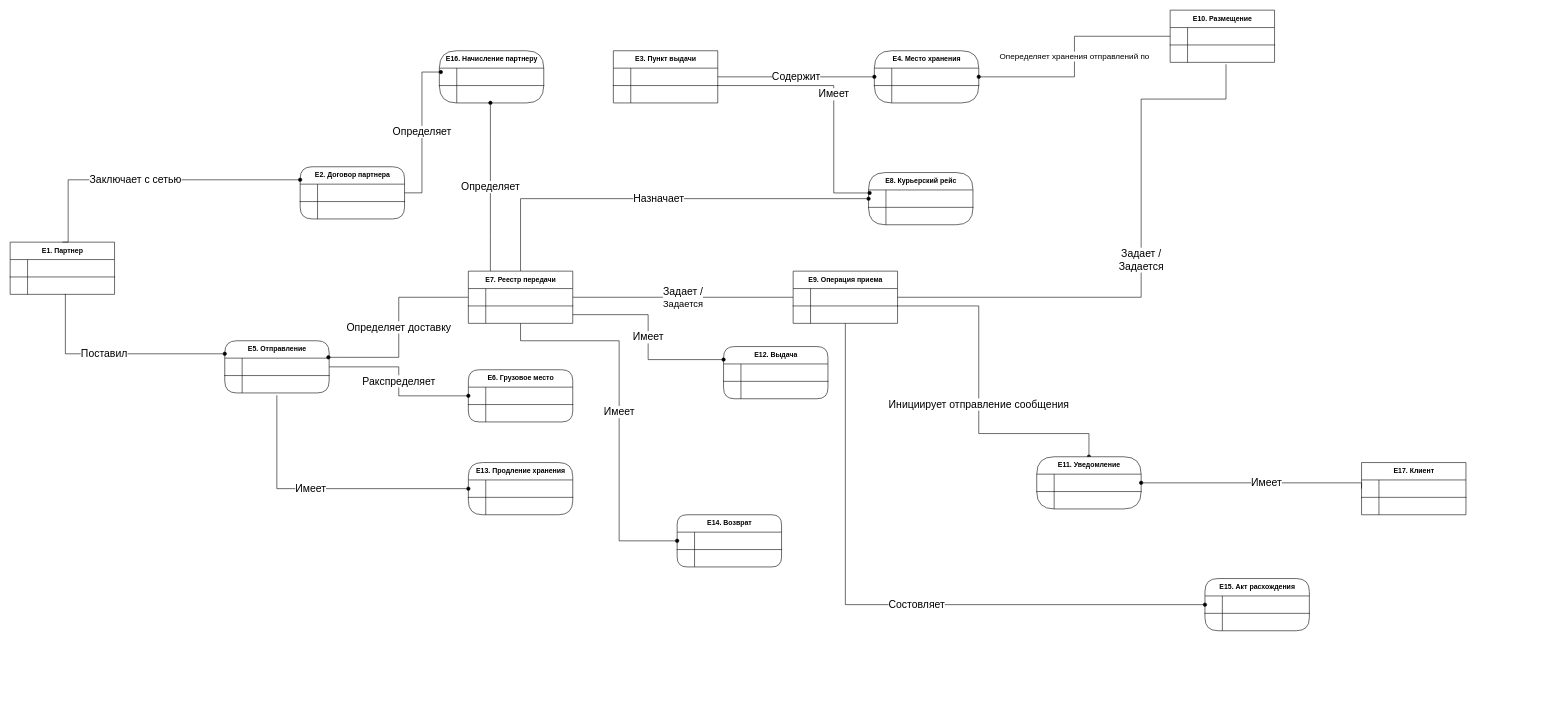
Above: lab2/ER.drawio in danrunkovich/data_bases_labs (draw.io), before the change. Source tidied: cells renumbered, new cells numbered last; positions are measured from the earlier drawing's top-left corner, leaving out a move shared by most shapes. Both pictures are drawn from the tidied source at 58%, with x=0, y=0 at pixel (10, 10).
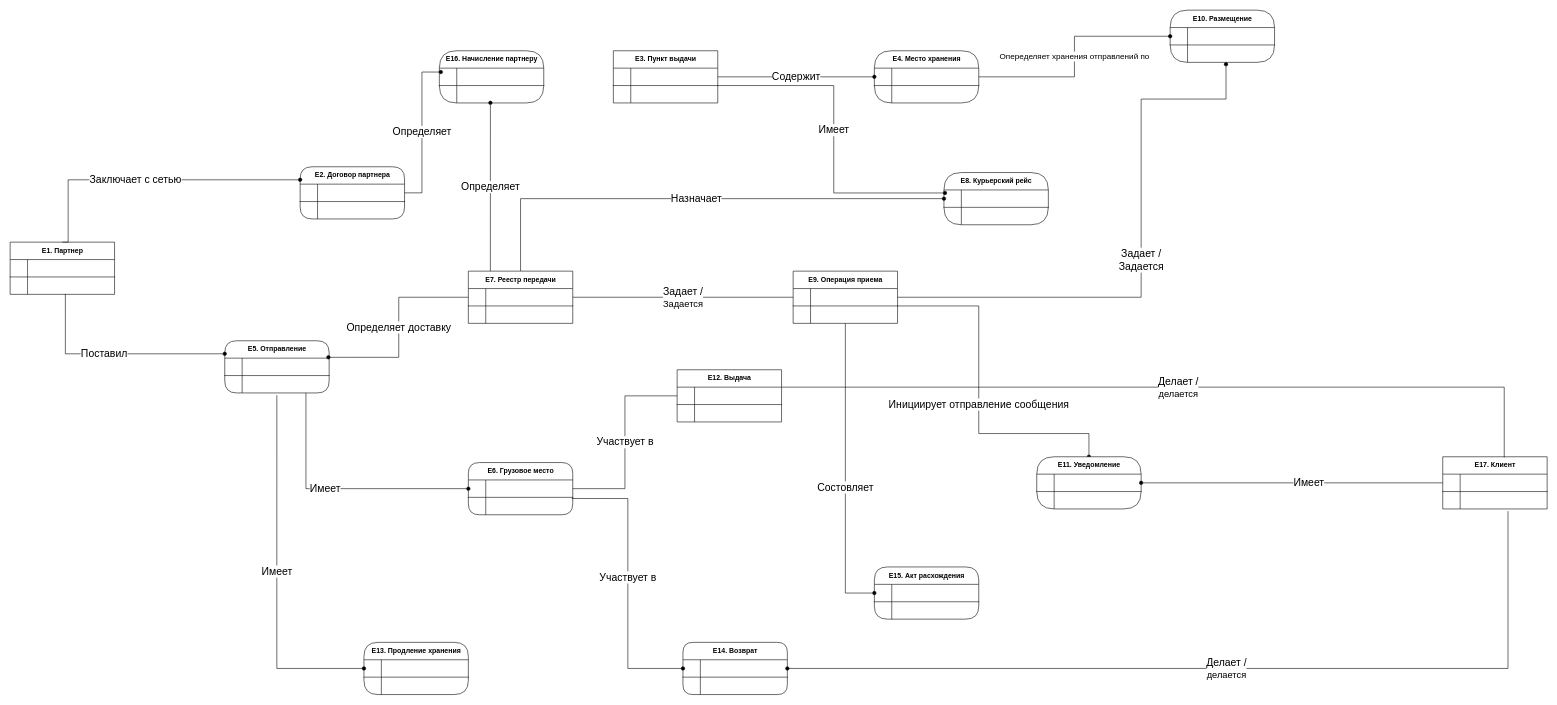
After the change.

Unchanged cells that the change refers to:
```xml
<mxCell id="10" value="E5. Отправление" style="shape=table;startSize=30;childLayout=tableLayout;rowLines=0;fontStyle=1;align=center;html=1;rounded=1;roundedPerimeter=1;arcSize=23;" parent="1" vertex="1">
  <mxGeometry x="370" y="570" width="180" height="90" as="geometry" />
</mxCell>
<mxCell id="14" style="shape=tableRow;horizontal=0;startSize=0;swimlaneHead=0;swimlaneBody=0;fillColor=none;points=[[0,0.5],[1,0.5]];portConstraint=eastwest;top=0;left=0;right=0;bottom=0;" parent="10" vertex="1">
  <mxGeometry y="60" width="180" height="30" as="geometry" />
</mxCell>
<mxCell id="35" style="shape=tableRow;horizontal=0;startSize=0;swimlaneHead=0;swimlaneBody=0;fillColor=none;points=[[0,0.5],[1,0.5]];portConstraint=eastwest;top=0;left=0;right=0;bottom=1;" parent="34" vertex="1">
  <mxGeometry y="30" width="180" height="30" as="geometry" />
</mxCell>
<mxCell id="42" style="shape=tableRow;horizontal=0;startSize=0;swimlaneHead=0;swimlaneBody=0;fillColor=none;points=[[0,0.5],[1,0.5]];portConstraint=eastwest;top=0;left=0;right=0;bottom=1;" parent="41" vertex="1">
  <mxGeometry y="30" width="180" height="30" as="geometry" />
</mxCell>
<mxCell id="49" style="shape=tableRow;horizontal=0;startSize=0;swimlaneHead=0;swimlaneBody=0;fillColor=none;points=[[0,0.5],[1,0.5]];portConstraint=eastwest;top=0;left=0;right=0;bottom=1;" parent="48" vertex="1">
  <mxGeometry y="30" width="180" height="30" as="geometry" />
</mxCell>
<mxCell id="58" style="shape=tableRow;horizontal=0;startSize=0;swimlaneHead=0;swimlaneBody=0;fillColor=none;points=[[0,0.5],[1,0.5]];portConstraint=eastwest;top=0;left=0;right=0;bottom=1;" parent="57" vertex="1">
  <mxGeometry y="30" width="180" height="30" as="geometry" />
</mxCell>
<mxCell id="61" style="shape=tableRow;horizontal=0;startSize=0;swimlaneHead=0;swimlaneBody=0;fillColor=none;points=[[0,0.5],[1,0.5]];portConstraint=eastwest;top=0;left=0;right=0;bottom=0;" parent="57" vertex="1">
  <mxGeometry y="60" width="180" height="30" as="geometry" />
</mxCell>
<mxCell id="66" style="shape=tableRow;horizontal=0;startSize=0;swimlaneHead=0;swimlaneBody=0;fillColor=none;points=[[0,0.5],[1,0.5]];portConstraint=eastwest;top=0;left=0;right=0;bottom=1;" parent="65" vertex="1">
  <mxGeometry y="30" width="180" height="30" as="geometry" />
</mxCell>
<mxCell id="69" style="shape=tableRow;horizontal=0;startSize=0;swimlaneHead=0;swimlaneBody=0;fillColor=none;points=[[0,0.5],[1,0.5]];portConstraint=eastwest;top=0;left=0;right=0;bottom=0;" parent="65" vertex="1">
  <mxGeometry y="60" width="180" height="30" as="geometry" />
</mxCell>
<mxCell id="74" value="E7. Реестр передачи" style="shape=table;startSize=30;childLayout=tableLayout;rowLines=0;fontStyle=1;align=center;html=1;rounded=1;roundedPerimeter=1;arcSize=0;" parent="1" vertex="1">
  <mxGeometry x="790" y="450" width="180" height="90" as="geometry" />
</mxCell>
<mxCell id="78" style="shape=tableRow;horizontal=0;startSize=0;swimlaneHead=0;swimlaneBody=0;fillColor=none;points=[[0,0.5],[1,0.5]];portConstraint=eastwest;top=0;left=0;right=0;bottom=0;" parent="74" vertex="1">
  <mxGeometry y="60" width="180" height="30" as="geometry" />
</mxCell>
<mxCell id="83" style="shape=tableRow;horizontal=0;startSize=0;swimlaneHead=0;swimlaneBody=0;fillColor=none;points=[[0,0.5],[1,0.5]];portConstraint=eastwest;top=0;left=0;right=0;bottom=1;" parent="82" vertex="1">
  <mxGeometry y="30" width="180" height="30" as="geometry" />
</mxCell>
<mxCell id="93" style="shape=tableRow;horizontal=0;startSize=0;swimlaneHead=0;swimlaneBody=0;fillColor=none;points=[[0,0.5],[1,0.5]];portConstraint=eastwest;top=0;left=0;right=0;bottom=1;" parent="92" vertex="1">
  <mxGeometry y="30" width="180" height="30" as="geometry" />
</mxCell>
<mxCell id="101" style="shape=tableRow;horizontal=0;startSize=0;swimlaneHead=0;swimlaneBody=0;fillColor=none;points=[[0,0.5],[1,0.5]];portConstraint=eastwest;top=0;left=0;right=0;bottom=1;" parent="100" vertex="1">
  <mxGeometry y="30" width="180" height="30" as="geometry" />
</mxCell>
<mxCell id="109" style="shape=tableRow;horizontal=0;startSize=0;swimlaneHead=0;swimlaneBody=0;fillColor=none;points=[[0,0.5],[1,0.5]];portConstraint=eastwest;top=0;left=0;right=0;bottom=1;" parent="108" vertex="1">
  <mxGeometry y="30" width="180" height="30" as="geometry" />
</mxCell>
<mxCell id="135" style="shape=tableRow;horizontal=0;startSize=0;swimlaneHead=0;swimlaneBody=0;fillColor=none;points=[[0,0.5],[1,0.5]];portConstraint=eastwest;top=0;left=0;right=0;bottom=0;" parent="131" vertex="1">
  <mxGeometry y="60" width="180" height="30" as="geometry" />
</mxCell>
```

Change to the diagram source:
```diff
@@
-    <mxCell id="9" value="&lt;font style=&quot;font-size: 18px;&quot;&gt;Ракспределяет&lt;/font&gt;" style="edgeStyle=orthogonalEdgeStyle;rounded=0;jettySize=auto;html=1;entryX=0;entryY=0.5;entryDx=0;entryDy=0;endArrow=oval;endFill=1;" parent="1" edge="1" source="10" target="66">
-      <mxGeometry relative="1" as="geometry" />
+    <mxCell id="9" value="&lt;font style=&quot;font-size: 18px;&quot;&gt;Имеет&lt;/font&gt;" style="edgeStyle=orthogonalEdgeStyle;rounded=0;jettySize=auto;html=1;entryX=0;entryY=0.5;entryDx=0;entryDy=0;endArrow=oval;endFill=1;" parent="1" edge="1" source="10" target="66">
+      <mxGeometry x="-0.11" relative="1" as="geometry">
+        <Array as="points">
+          <mxPoint x="510" y="825" />
+        </Array>
+      </mxGeometry>
     </mxCell>
@@
-    <mxCell id="48" value="E8. Курьерский рейс" style="shape=table;startSize=30;childLayout=tableLayout;rowLines=0;fontStyle=1;align=center;html=1;rounded=1;roundedPerimeter=1;arcSize=32;" parent="1" vertex="1">
-      <mxGeometry x="1480" y="280" width="180" height="90" as="geometry" />
+    <mxCell id="48" value="E8. Курьерский рейс" style="shape=table;startSize=30;childLayout=tableLayout;rowLines=0;fontStyle=1;align=center;html=1;rounded=1;roundedPerimeter=1;arcSize=35;" parent="1" vertex="1">
+      <mxGeometry x="1610" y="280" width="180" height="90" as="geometry" />
     </mxCell>
@@
-    <mxCell id="56" value="&lt;font style=&quot;font-size: 18px;&quot;&gt;Имеет&lt;/font&gt;" style="edgeStyle=orthogonalEdgeStyle;rounded=0;jettySize=auto;html=1;entryX=0.01;entryY=0.173;entryDx=0;entryDy=0;entryPerimeter=0;endArrow=oval;endFill=1;" parent="1" edge="1" source="35" target="49">
+    <mxCell id="56" value="&lt;font style=&quot;font-size: 18px;&quot;&gt;Имеет&lt;/font&gt;" style="edgeStyle=orthogonalEdgeStyle;rounded=0;jettySize=auto;html=1;entryX=0.01;entryY=0.173;entryDx=0;entryDy=0;entryPerimeter=0;endArrow=oval;endFill=1;startArrow=none;startFill=0;" parent="1" edge="1" source="35" target="49">
       <mxGeometry x="-0.04" relative="1" as="geometry">
         <Array as="points">
           <mxPoint x="1420" y="130" />
           <mxPoint x="1420" y="315.2" />
         </Array>
       </mxGeometry>
     </mxCell>
-    <mxCell id="57" value="E10. Размещение" style="shape=table;startSize=30;childLayout=tableLayout;rowLines=0;fontStyle=1;align=center;html=1;rounded=1;roundedPerimeter=1;arcSize=0;" parent="1" vertex="1">
+    <mxCell id="57" value="E10. Размещение" style="shape=table;startSize=30;childLayout=tableLayout;rowLines=0;fontStyle=1;align=center;html=1;rounded=1;roundedPerimeter=1;arcSize=40;" parent="1" vertex="1">
       <mxGeometry x="2000" width="180" height="90" as="geometry" />
     </mxCell>
@@
-    <mxCell id="64" value="&lt;font style=&quot;font-size: 14px;&quot;&gt;Опеределяет хранения отправлений по&lt;/font&gt;" style="edgeStyle=orthogonalEdgeStyle;rounded=0;jettySize=auto;html=1;entryX=1;entryY=0.5;entryDx=0;entryDy=0;endArrow=oval;endFill=1;" parent="1" edge="1" source="58" target="42">
+    <mxCell id="64" value="&lt;font style=&quot;font-size: 14px;&quot;&gt;Опеределяет хранения отправлений по&lt;/font&gt;" style="edgeStyle=orthogonalEdgeStyle;rounded=0;jettySize=auto;html=1;entryX=1;entryY=0.5;entryDx=0;entryDy=0;endArrow=none;endFill=0;startArrow=oval;startFill=1;" parent="1" edge="1" source="58" target="42">
       <mxGeometry relative="1" as="geometry" />
     </mxCell>
     <mxCell id="65" value="E6. Грузовое место" style="shape=table;startSize=30;childLayout=tableLayout;rowLines=0;fontStyle=1;align=center;html=1;rounded=1;roundedPerimeter=1;arcSize=21;" parent="1" vertex="1">
-      <mxGeometry x="790" y="620" width="180" height="90" as="geometry" />
+      <mxGeometry x="790" y="780" width="180" height="90" as="geometry" />
     </mxCell>
@@
-    <mxCell id="72" value="&lt;font style=&quot;font-size: 18px;&quot;&gt;Назначает&lt;/font&gt;" style="edgeStyle=orthogonalEdgeStyle;rounded=0;jettySize=auto;html=1;entryX=0;entryY=0.5;entryDx=0;entryDy=0;endArrow=oval;endFill=1;" parent="1" edge="1" source="74" target="49">
+    <mxCell id="72" value="&lt;font style=&quot;font-size: 18px;&quot;&gt;Назначает&lt;/font&gt;" style="edgeStyle=orthogonalEdgeStyle;rounded=0;jettySize=auto;html=1;entryX=0;entryY=0.5;entryDx=0;entryDy=0;endArrow=oval;endFill=1;startArrow=none;startFill=0;" parent="1" edge="1" source="74" target="49">
       <mxGeometry relative="1" as="geometry" />
     </mxCell>
-    <mxCell id="73" value="&lt;font style=&quot;font-size: 18px;&quot;&gt;Имеет&lt;/font&gt;" style="edgeStyle=orthogonalEdgeStyle;rounded=0;jettySize=auto;html=1;entryX=0;entryY=0.5;entryDx=0;entryDy=0;endArrow=oval;endFill=1;" parent="1" edge="1" source="74" target="109">
-      <mxGeometry relative="1" as="geometry">
-        <Array as="points">
-          <mxPoint x="880" y="570" />
-          <mxPoint x="1050" y="570" />
-          <mxPoint x="1050" y="915" />
-        </Array>
-      </mxGeometry>
-    </mxCell>
@@
     <mxCell id="82" value="E13. Продление хранения" style="shape=table;startSize=30;childLayout=tableLayout;rowLines=0;fontStyle=1;align=center;html=1;rounded=1;roundedPerimeter=1;arcSize=27;" parent="1" vertex="1">
-      <mxGeometry x="790" y="780" width="180" height="90" as="geometry" />
+      <mxGeometry x="610" y="1090" width="180" height="90" as="geometry" />
     </mxCell>
@@
     <mxCell id="89" value="&lt;font style=&quot;font-size: 18px;&quot;&gt;Имеет&lt;/font&gt;" style="edgeStyle=orthogonalEdgeStyle;rounded=0;jettySize=auto;html=1;entryX=0;entryY=0.5;entryDx=0;entryDy=0;endArrow=oval;endFill=1;exitX=0.499;exitY=1.133;exitDx=0;exitDy=0;exitPerimeter=0;" parent="1" edge="1" source="14" target="83">
-      <mxGeometry x="-0.11" relative="1" as="geometry">
+      <mxGeometry x="-0.02" relative="1" as="geometry">
         <Array as="points">
-          <mxPoint x="459.8" y="825" />
+          <mxPoint x="459.8" y="1135" />
         </Array>
       </mxGeometry>
     </mxCell>
@@
-    <mxCell id="100" value="E12. Выдача" style="shape=table;startSize=30;childLayout=tableLayout;rowLines=0;fontStyle=1;align=center;html=1;rounded=1;roundedPerimeter=1;arcSize=21;" parent="1" vertex="1">
-      <mxGeometry x="1230" y="580" width="180" height="90" as="geometry" />
+    <mxCell id="100" value="E12. Выдача" style="shape=table;startSize=30;childLayout=tableLayout;rowLines=0;fontStyle=1;align=center;html=1;rounded=1;roundedPerimeter=1;arcSize=0;" parent="1" vertex="1">
+      <mxGeometry x="1150" y="620" width="180" height="90" as="geometry" />
     </mxCell>
@@
-    <mxCell id="107" value="&lt;font style=&quot;font-size: 18px;&quot;&gt;Имеет&lt;/font&gt;" style="edgeStyle=orthogonalEdgeStyle;rounded=0;jettySize=auto;html=1;entryX=0;entryY=0.25;entryDx=0;entryDy=0;endArrow=oval;endFill=1;" parent="1" edge="1" source="78" target="100">
-      <mxGeometry relative="1" as="geometry" />
-    </mxCell>
     <mxCell id="108" value="E14. Возврат" style="shape=table;startSize=30;childLayout=tableLayout;rowLines=0;fontStyle=1;align=center;html=1;rounded=1;roundedPerimeter=1;arcSize=19;" parent="1" vertex="1">
-      <mxGeometry x="1150" y="870" width="180" height="90" as="geometry" />
+      <mxGeometry x="1160" y="1090" width="180" height="90" as="geometry" />
     </mxCell>
@@
-    <mxCell id="116" value="&lt;font style=&quot;font-size: 18px;&quot;&gt;Задает /&lt;/font&gt;&lt;div&gt;&lt;font style=&quot;font-size: 18px;&quot;&gt;Задается&lt;/font&gt;&lt;/div&gt;" style="edgeStyle=orthogonalEdgeStyle;rounded=0;jettySize=auto;html=1;entryX=0.535;entryY=1.11;entryDx=0;entryDy=0;entryPerimeter=0;endArrow=none;endFill=0;" parent="1" edge="1" source="93" target="61">
+    <mxCell id="116" value="&lt;font style=&quot;font-size: 18px;&quot;&gt;Задает /&lt;/font&gt;&lt;div&gt;&lt;font style=&quot;font-size: 18px;&quot;&gt;Задается&lt;/font&gt;&lt;/div&gt;" style="edgeStyle=orthogonalEdgeStyle;rounded=0;jettySize=auto;html=1;entryX=0.535;entryY=1.11;entryDx=0;entryDy=0;entryPerimeter=0;endArrow=oval;endFill=1;" parent="1" edge="1" source="93" target="61">
       <mxGeometry relative="1" as="geometry">
         <Array as="points">
           <mxPoint x="1950" y="495" />
           <mxPoint x="1950" y="153.3" />
         </Array>
       </mxGeometry>
     </mxCell>
@@
     <mxCell id="124" value="E15. Акт расхождения" style="shape=table;startSize=30;childLayout=tableLayout;rowLines=0;fontStyle=1;align=center;html=1;rounded=1;roundedPerimeter=1;arcSize=25;" parent="1" vertex="1">
-      <mxGeometry x="2060" y="980" width="180" height="90" as="geometry" />
+      <mxGeometry x="1490" y="960" width="180" height="90" as="geometry" />
     </mxCell>
@@
     <mxCell id="131" value="E17. Клиент" style="shape=table;startSize=30;childLayout=tableLayout;rowLines=0;fontStyle=1;align=center;html=1;rounded=1;roundedPerimeter=1;arcSize=0;" parent="1" vertex="1">
-      <mxGeometry x="2330" y="780" width="180" height="90" as="geometry" />
+      <mxGeometry x="2470" y="770" width="180" height="90" as="geometry" />
     </mxCell>
@@
+    <mxCell id="139" value="&lt;font style=&quot;font-size: 18px;&quot;&gt;Участвует в&lt;/font&gt;" style="edgeStyle=orthogonalEdgeStyle;rounded=0;jettySize=auto;html=1;entryX=0;entryY=0.5;entryDx=0;entryDy=0;endArrow=none;endFill=0;" parent="1" edge="1" source="66" target="101">
+      <mxGeometry relative="1" as="geometry" />
+    </mxCell>
+    <mxCell id="140" value="&lt;font style=&quot;font-size: 18px;&quot;&gt;Участвует в&lt;/font&gt;" style="edgeStyle=orthogonalEdgeStyle;rounded=0;jettySize=auto;html=1;entryX=0;entryY=0.5;entryDx=0;entryDy=0;exitX=0.991;exitY=0.066;exitDx=0;exitDy=0;exitPerimeter=0;endArrow=oval;endFill=1;" parent="1" edge="1" source="69" target="109">
+      <mxGeometry x="-0.04" relative="1" as="geometry" />
+    </mxCell>
+    <mxCell id="141" value="&lt;font style=&quot;font-size: 18px;&quot;&gt;Делает /&lt;/font&gt;&lt;div&gt;&lt;font size=&quot;3&quot;&gt;делается&lt;/font&gt;&lt;/div&gt;" style="edgeStyle=orthogonalEdgeStyle;rounded=0;jettySize=auto;html=1;entryX=0.589;entryY=0.014;entryDx=0;entryDy=0;entryPerimeter=0;endArrow=none;endFill=0;" parent="1" edge="1" source="100" target="131">
+      <mxGeometry relative="1" as="geometry">
+        <Array as="points">
+          <mxPoint x="2576" y="650" />
+        </Array>
+      </mxGeometry>
+    </mxCell>
+    <mxCell id="142" value="&lt;font style=&quot;font-size: 18px;&quot;&gt;Делает /&lt;/font&gt;&lt;div&gt;&lt;font size=&quot;3&quot;&gt;делается&lt;/font&gt;&lt;/div&gt;" style="edgeStyle=orthogonalEdgeStyle;rounded=0;jettySize=auto;html=1;entryX=0.625;entryY=1.128;entryDx=0;entryDy=0;entryPerimeter=0;endArrow=none;endFill=0;startArrow=oval;startFill=1;" parent="1" edge="1" source="109" target="135">
+      <mxGeometry relative="1" as="geometry">
+        <Array as="points">
+          <mxPoint x="2582.5" y="1135" />
+        </Array>
+      </mxGeometry>
+    </mxCell>
```
